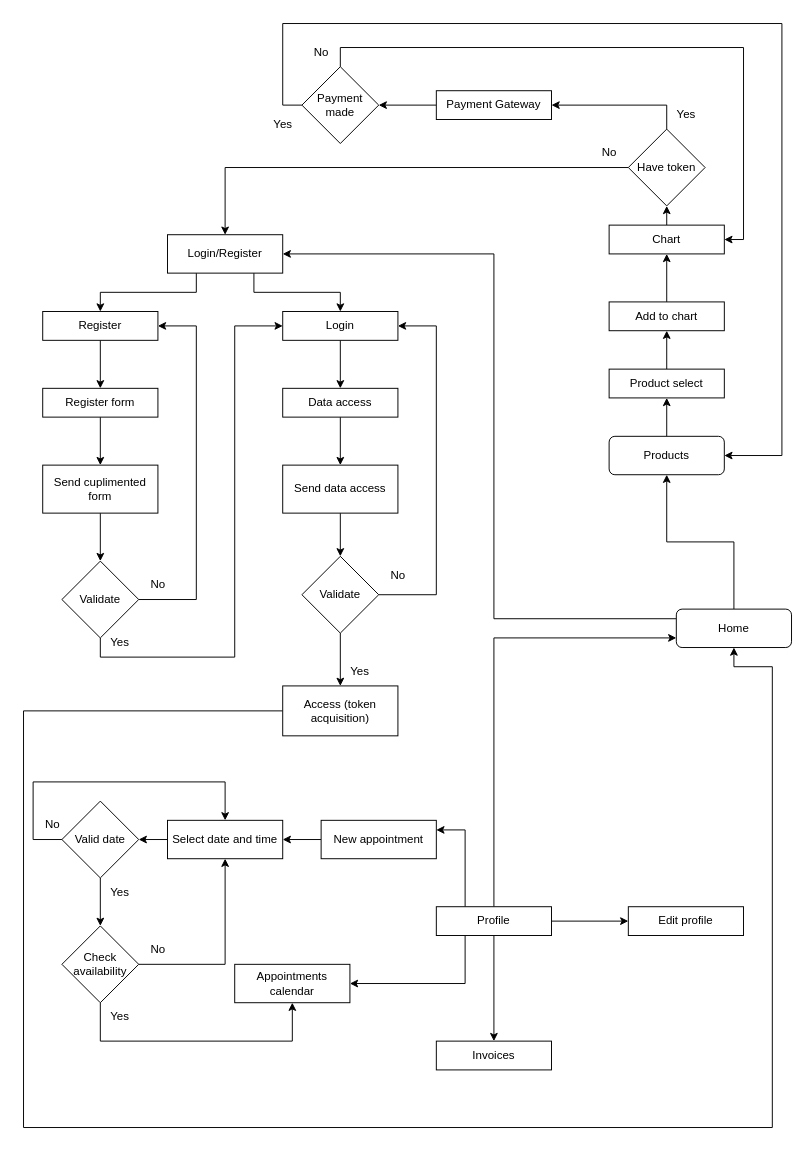
The draw.io diagram extras/Flowchart user.drawio in antonioinsa/Proyect-7, before the edit. Source tidied: cells renumbered, new cells numbered last; positions are measured from the earlier drawing's top-left corner, leaving out a move shared by most shapes. Both pictures are drawn from the tidied source at 96%, with x=0, y=0 at pixel (23, 23).
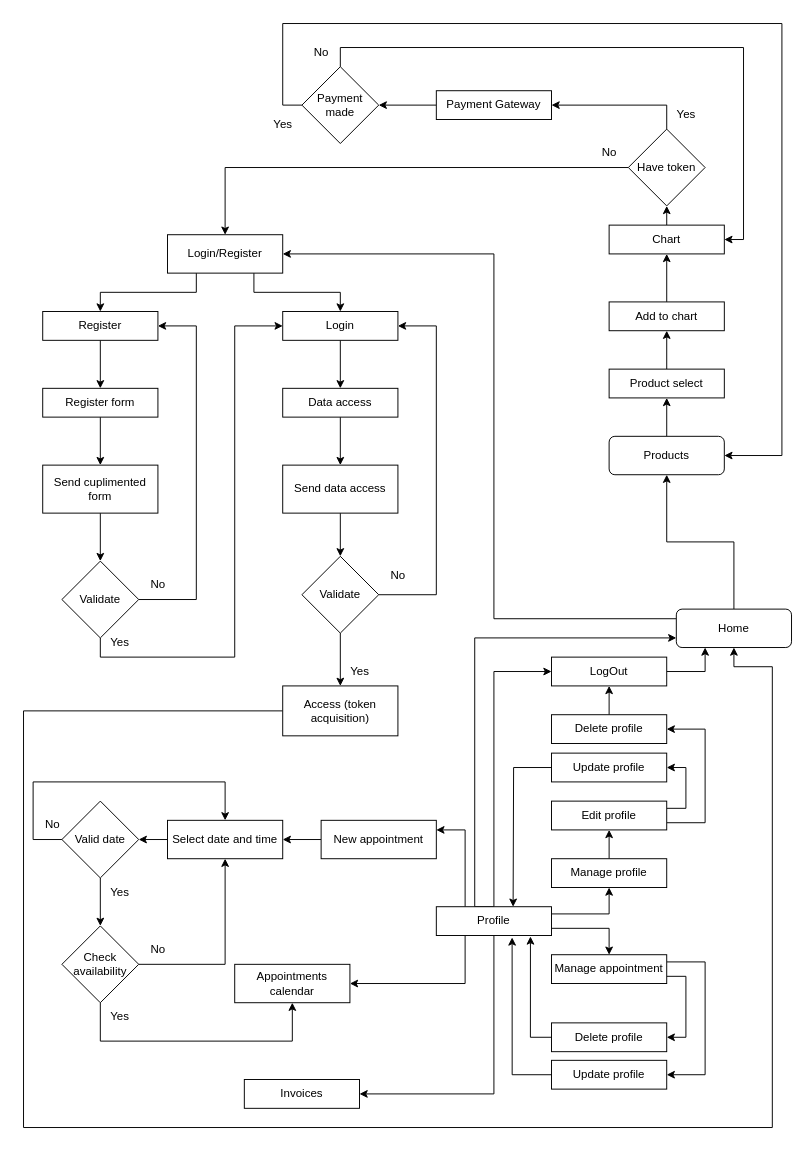
The same diagram, later.

Unchanged cells that the change refers to:
```xml
<mxCell id="4" value="Home" style="rounded=1;whiteSpace=wrap;html=1;fontSize=12;glass=0;strokeWidth=1;shadow=0;" parent="1" vertex="1">
  <mxGeometry x="680" y="610" width="120" height="40" as="geometry" />
</mxCell>
<mxCell id="39" value="Profile" style="rounded=0;whiteSpace=wrap;html=1;" parent="1" vertex="1">
  <mxGeometry x="430" y="920" width="120" height="30" as="geometry" />
</mxCell>
```

Diff of the diagram source:
```diff
@@
+    <mxCell id="38" style="edgeStyle=orthogonalEdgeStyle;rounded=0;jettySize=auto;html=1;exitX=0.5;exitY=0;exitDx=0;exitDy=0;entryX=0;entryY=0.75;entryDx=0;entryDy=0;" parent="1" edge="1" source="39" target="4">
+      <mxGeometry relative="1" as="geometry">
+        <Array as="points">
+          <mxPoint x="470" y="920" />
+          <mxPoint x="470" y="640" />
+        </Array>
+      </mxGeometry>
+    </mxCell>
+    <mxCell id="76" style="edgeStyle=orthogonalEdgeStyle;rounded=0;jettySize=auto;html=1;exitX=0.5;exitY=0;exitDx=0;exitDy=0;entryX=0;entryY=0.5;entryDx=0;entryDy=0;" parent="1" edge="1" source="39" target="89">
+      <mxGeometry relative="1" as="geometry" />
+    </mxCell>
+    <mxCell id="37" style="edgeStyle=orthogonalEdgeStyle;rounded=0;jettySize=auto;html=1;exitX=1;exitY=0.25;exitDx=0;exitDy=0;entryX=0.5;entryY=1;entryDx=0;entryDy=0;" parent="1" edge="1" source="39" target="71">
+      <mxGeometry relative="1" as="geometry" />
+    </mxCell>
+    <mxCell id="77" style="edgeStyle=orthogonalEdgeStyle;rounded=0;jettySize=auto;html=1;exitX=1;exitY=0.75;exitDx=0;exitDy=0;entryX=0.5;entryY=0;entryDx=0;entryDy=0;" parent="1" edge="1" source="39" target="84">
+      <mxGeometry relative="1" as="geometry" />
+    </mxCell>
-    <mxCell id="36" style="edgeStyle=orthogonalEdgeStyle;rounded=0;jettySize=auto;html=1;exitX=0.5;exitY=1;exitDx=0;exitDy=0;entryX=0.5;entryY=0;entryDx=0;entryDy=0;" parent="1" edge="1" source="39" target="40">
+    <mxCell id="36" style="edgeStyle=orthogonalEdgeStyle;rounded=0;jettySize=auto;html=1;exitX=0.5;exitY=1;exitDx=0;exitDy=0;entryX=1;entryY=0.5;entryDx=0;entryDy=0;" parent="1" edge="1" source="39" target="40">
       <mxGeometry relative="1" as="geometry" />
     </mxCell>
-    <mxCell id="37" style="edgeStyle=orthogonalEdgeStyle;rounded=0;jettySize=auto;html=1;exitX=1;exitY=0.5;exitDx=0;exitDy=0;entryX=0;entryY=0.5;entryDx=0;entryDy=0;" parent="1" edge="1" source="39" target="71">
-      <mxGeometry relative="1" as="geometry" />
-    </mxCell>
-    <mxCell id="38" style="edgeStyle=orthogonalEdgeStyle;rounded=0;jettySize=auto;html=1;exitX=0.5;exitY=0;exitDx=0;exitDy=0;entryX=0;entryY=0.75;entryDx=0;entryDy=0;" parent="1" edge="1" source="39" target="4">
-      <mxGeometry relative="1" as="geometry" />
-    </mxCell>
@@
     <mxCell id="40" value="Invoices" style="rounded=0;whiteSpace=wrap;html=1;" parent="1" vertex="1">
-      <mxGeometry x="430" y="1060" width="120" height="30" as="geometry" />
+      <mxGeometry x="230" y="1100" width="120" height="30" as="geometry" />
     </mxCell>
@@
+    <mxCell id="78" style="edgeStyle=orthogonalEdgeStyle;rounded=0;jettySize=auto;html=1;exitX=0.5;exitY=0;exitDx=0;exitDy=0;entryX=0.5;entryY=1;entryDx=0;entryDy=0;" parent="1" edge="1" source="71" target="81">
+      <mxGeometry relative="1" as="geometry" />
+    </mxCell>
-    <mxCell id="71" value="Edit profile" style="rounded=0;whiteSpace=wrap;html=1;" parent="1" vertex="1">
-      <mxGeometry x="630" y="920" width="120" height="30" as="geometry" />
+    <mxCell id="71" value="Manage profile" style="rounded=0;whiteSpace=wrap;html=1;" parent="1" vertex="1">
+      <mxGeometry x="550" y="870" width="120" height="30" as="geometry" />
     </mxCell>
@@
+    <mxCell id="79" style="edgeStyle=orthogonalEdgeStyle;rounded=0;jettySize=auto;html=1;exitX=1;exitY=0.25;exitDx=0;exitDy=0;entryX=1;entryY=0.5;entryDx=0;entryDy=0;" parent="1" edge="1" source="81" target="85">
+      <mxGeometry relative="1" as="geometry" />
+    </mxCell>
+    <mxCell id="80" style="edgeStyle=orthogonalEdgeStyle;rounded=0;jettySize=auto;html=1;exitX=1;exitY=0.75;exitDx=0;exitDy=0;entryX=1;entryY=0.5;entryDx=0;entryDy=0;" parent="1" edge="1" source="81" target="87">
+      <mxGeometry relative="1" as="geometry">
+        <Array as="points">
+          <mxPoint x="710" y="833" />
+          <mxPoint x="710" y="735" />
+        </Array>
+      </mxGeometry>
+    </mxCell>
+    <mxCell id="81" value="Edit profile" style="rounded=0;whiteSpace=wrap;html=1;" parent="1" vertex="1">
+      <mxGeometry x="550" y="810" width="120" height="30" as="geometry" />
+    </mxCell>
+    <mxCell id="82" style="edgeStyle=orthogonalEdgeStyle;rounded=0;jettySize=auto;html=1;exitX=1;exitY=0.75;exitDx=0;exitDy=0;entryX=1;entryY=0.5;entryDx=0;entryDy=0;" parent="1" edge="1" source="84" target="91">
+      <mxGeometry relative="1" as="geometry" />
+    </mxCell>
+    <mxCell id="83" style="edgeStyle=orthogonalEdgeStyle;rounded=0;jettySize=auto;html=1;exitX=1;exitY=0.25;exitDx=0;exitDy=0;entryX=1;entryY=0.5;entryDx=0;entryDy=0;" parent="1" edge="1" source="84" target="90">
+      <mxGeometry relative="1" as="geometry">
+        <Array as="points">
+          <mxPoint x="710" y="978" />
+          <mxPoint x="710" y="1095" />
+        </Array>
+      </mxGeometry>
+    </mxCell>
+    <mxCell id="84" value="Manage appointment" style="rounded=0;whiteSpace=wrap;html=1;" parent="1" vertex="1">
+      <mxGeometry x="550" y="970" width="120" height="30" as="geometry" />
+    </mxCell>
+    <mxCell id="85" value="&lt;div&gt;Update profile&lt;/div&gt;" style="rounded=0;whiteSpace=wrap;html=1;" parent="1" vertex="1">
+      <mxGeometry x="550" y="760" width="120" height="30" as="geometry" />
+    </mxCell>
+    <mxCell id="86" style="edgeStyle=orthogonalEdgeStyle;rounded=0;jettySize=auto;html=1;exitX=0.5;exitY=0;exitDx=0;exitDy=0;entryX=0.5;entryY=1;entryDx=0;entryDy=0;" parent="1" edge="1" source="87" target="89">
+      <mxGeometry relative="1" as="geometry" />
+    </mxCell>
+    <mxCell id="87" value="&lt;div&gt;Delete profile&lt;/div&gt;" style="rounded=0;whiteSpace=wrap;html=1;" parent="1" vertex="1">
+      <mxGeometry x="550" y="720" width="120" height="30" as="geometry" />
+    </mxCell>
+    <mxCell id="88" style="edgeStyle=orthogonalEdgeStyle;rounded=0;jettySize=auto;html=1;exitX=1;exitY=0.5;exitDx=0;exitDy=0;entryX=0.25;entryY=1;entryDx=0;entryDy=0;" parent="1" edge="1" source="89" target="4">
+      <mxGeometry relative="1" as="geometry" />
+    </mxCell>
+    <mxCell id="89" value="&lt;div&gt;LogOut&lt;br&gt;&lt;/div&gt;" style="rounded=0;whiteSpace=wrap;html=1;" parent="1" vertex="1">
+      <mxGeometry x="550" y="660" width="120" height="30" as="geometry" />
+    </mxCell>
+    <mxCell id="90" value="&lt;div&gt;Update profile&lt;/div&gt;" style="rounded=0;whiteSpace=wrap;html=1;" parent="1" vertex="1">
+      <mxGeometry x="550" y="1080" width="120" height="30" as="geometry" />
+    </mxCell>
+    <mxCell id="91" value="&lt;div&gt;Delete profile&lt;/div&gt;" style="rounded=0;whiteSpace=wrap;html=1;" parent="1" vertex="1">
+      <mxGeometry x="550" y="1041" width="120" height="30" as="geometry" />
+    </mxCell>
+    <mxCell id="92" style="edgeStyle=orthogonalEdgeStyle;rounded=0;jettySize=auto;html=1;exitX=0;exitY=0.5;exitDx=0;exitDy=0;" parent="1" edge="1" source="85">
+      <mxGeometry relative="1" as="geometry">
+        <mxPoint x="510" y="920" as="targetPoint" />
+      </mxGeometry>
+    </mxCell>
+    <mxCell id="93" style="edgeStyle=orthogonalEdgeStyle;rounded=0;jettySize=auto;html=1;exitX=0;exitY=0.5;exitDx=0;exitDy=0;entryX=0.817;entryY=1.033;entryDx=0;entryDy=0;entryPerimeter=0;" parent="1" edge="1" source="91" target="39">
+      <mxGeometry relative="1" as="geometry" />
+    </mxCell>
+    <mxCell id="94" style="edgeStyle=orthogonalEdgeStyle;rounded=0;jettySize=auto;html=1;exitX=0;exitY=0.5;exitDx=0;exitDy=0;entryX=0.658;entryY=1.067;entryDx=0;entryDy=0;entryPerimeter=0;" parent="1" edge="1" source="90" target="39">
+      <mxGeometry relative="1" as="geometry" />
+    </mxCell>
```
